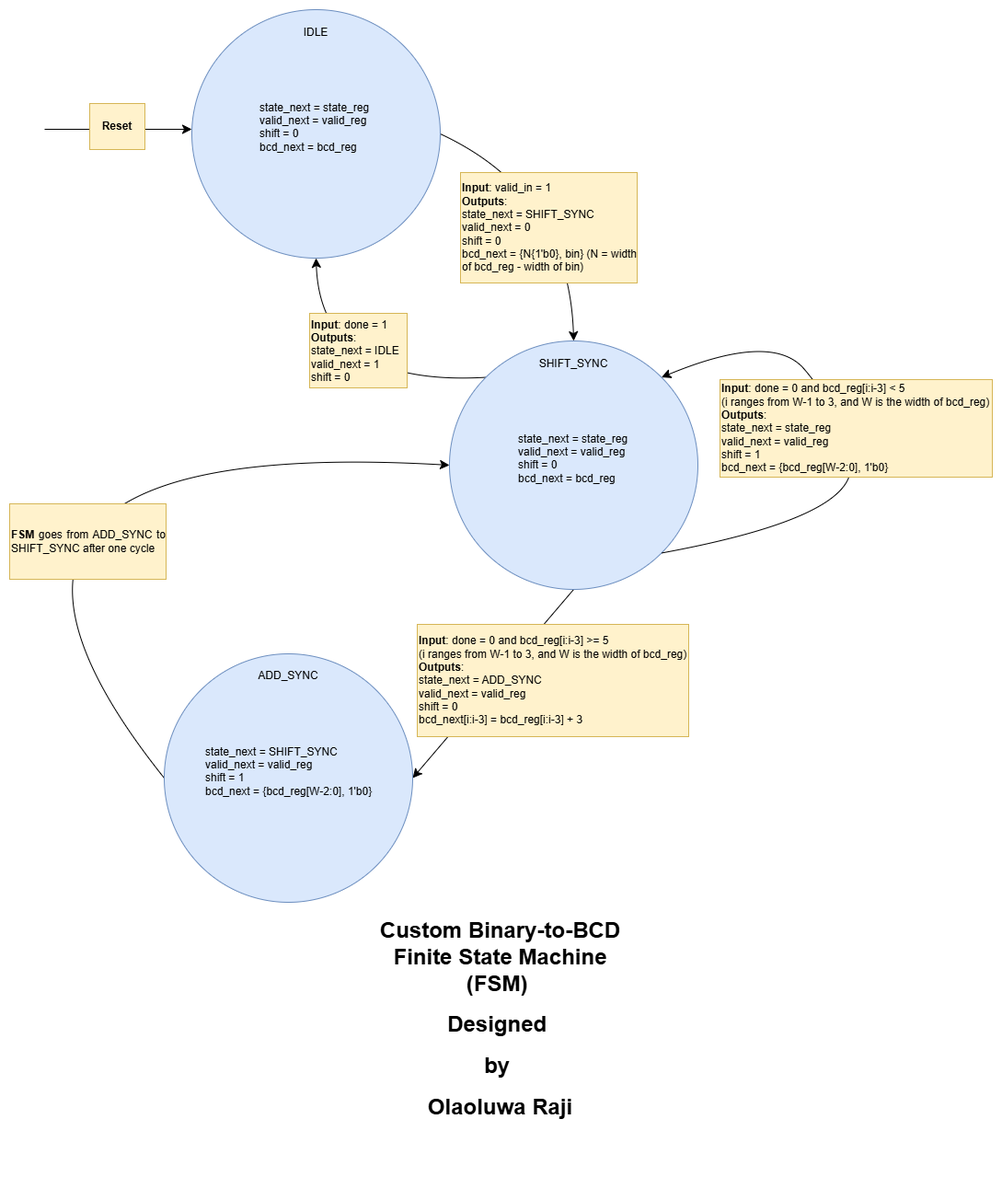
Above: Images/bin2bcd_fsm.png in MUDAL/RJX_FPGA_Projects (draw.io), before the change. Source tidied: cells renumbered, new cells last; positions are measured from the earlier drawing's top-left corner, leaving out a move shared by most shapes.
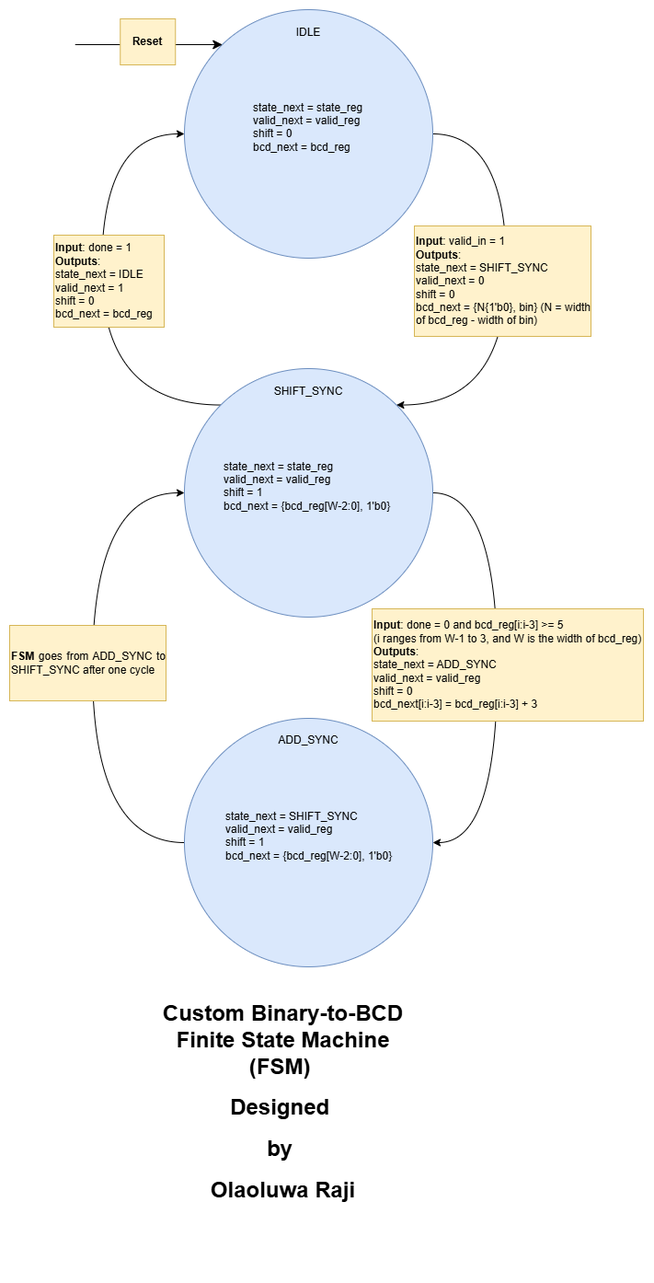
After the change.

Commit message:
[RJX]: Updated bin2bcd FSM state diagram

Change to the diagram source:
```diff
@@ -2,92 +2,88 @@
   <root>
     <mxCell id="0" />
     <mxCell id="1" parent="0" />
-    <mxCell id="2" style="edgeStyle=none;curved=1;rounded=0;jettySize=auto;html=1;exitX=1;exitY=0.5;exitDx=0;exitDy=0;entryX=0.5;entryY=0;entryDx=0;entryDy=0;fontSize=12;startSize=8;endSize=8;" parent="1" edge="1" source="3" target="6">
+    <mxCell id="2" style="edgeStyle=orthogonalEdgeStyle;rounded=0;jettySize=auto;html=1;exitX=1;exitY=0.5;exitDx=0;exitDy=0;entryX=1;entryY=0;entryDx=0;entryDy=0;curved=1;" parent="1" edge="1" source="3" target="6">
       <mxGeometry relative="1" as="geometry">
         <Array as="points">
-          <mxPoint x="740" y="200" />
+          <mxPoint x="960" y="105" />
+          <mxPoint x="960" y="399" />
         </Array>
       </mxGeometry>
     </mxCell>
     <mxCell id="3" style="ellipse;whiteSpace=wrap;html=1;fillColor=#dae8fc;strokeColor=#6c8ebf;" parent="1" vertex="1">
-      <mxGeometry x="330" width="270" height="270" as="geometry" />
+      <mxGeometry x="610" y="-30" width="270" height="270" as="geometry" />
     </mxCell>
+    <mxCell id="5" style="edgeStyle=orthogonalEdgeStyle;rounded=0;jettySize=auto;html=1;exitX=1;exitY=0.5;exitDx=0;exitDy=0;entryX=1;entryY=0.5;entryDx=0;entryDy=0;curved=1;" parent="1" edge="1" source="6" target="8">
+      <mxGeometry relative="1" as="geometry">
+        <Array as="points">
+          <mxPoint x="950" y="495" />
+          <mxPoint x="950" y="875" />
+        </Array>
+      </mxGeometry>
+    </mxCell>
-    <mxCell id="4" style="edgeStyle=none;curved=1;rounded=0;jettySize=auto;html=1;exitX=0;exitY=0;exitDx=0;exitDy=0;entryX=0.5;entryY=1;entryDx=0;entryDy=0;fontSize=12;startSize=8;endSize=8;" parent="1" edge="1" source="6" target="3">
+    <mxCell id="4" style="edgeStyle=orthogonalEdgeStyle;rounded=0;jettySize=auto;html=1;exitX=0;exitY=0;exitDx=0;exitDy=0;entryX=0;entryY=0.5;entryDx=0;entryDy=0;curved=1;" parent="1" edge="1" source="6" target="3">
       <mxGeometry relative="1" as="geometry">
         <Array as="points">
-          <mxPoint x="470" y="410" />
+          <mxPoint x="520" y="399" />
+          <mxPoint x="520" y="105" />
         </Array>
       </mxGeometry>
     </mxCell>
-    <mxCell id="5" style="edgeStyle=none;curved=1;rounded=0;jettySize=auto;html=1;exitX=0.5;exitY=1;exitDx=0;exitDy=0;entryX=1;entryY=0.5;entryDx=0;entryDy=0;fontSize=12;startSize=8;endSize=8;" parent="1" edge="1" source="6" target="8">
-      <mxGeometry relative="1" as="geometry" />
-    </mxCell>
     <mxCell id="6" style="ellipse;whiteSpace=wrap;html=1;fillColor=#dae8fc;strokeColor=#6c8ebf;" parent="1" vertex="1">
       <mxGeometry x="610" y="360" width="270" height="270" as="geometry" />
     </mxCell>
-    <mxCell id="7" style="edgeStyle=none;curved=1;rounded=0;jettySize=auto;html=1;exitX=0;exitY=0.5;exitDx=0;exitDy=0;entryX=0;entryY=0.5;entryDx=0;entryDy=0;fontSize=12;startSize=8;endSize=8;" parent="1" edge="1" source="8" target="6">
+    <mxCell id="7" style="edgeStyle=orthogonalEdgeStyle;rounded=0;jettySize=auto;html=1;exitX=0;exitY=0.5;exitDx=0;exitDy=0;entryX=0;entryY=0.5;entryDx=0;entryDy=0;curved=1;" parent="1" edge="1" source="8" target="6">
       <mxGeometry relative="1" as="geometry">
         <Array as="points">
-          <mxPoint y="460" />
+          <mxPoint x="510" y="875" />
+          <mxPoint x="510" y="495" />
         </Array>
       </mxGeometry>
     </mxCell>
     <mxCell id="8" style="ellipse;whiteSpace=wrap;html=1;fillColor=#dae8fc;strokeColor=#6c8ebf;" parent="1" vertex="1">
-      <mxGeometry x="300" y="700" width="270" height="270" as="geometry" />
+      <mxGeometry x="610" y="740" width="270" height="270" as="geometry" />
     </mxCell>
     <mxCell id="9" value="IDLE" style="text;html=1;whiteSpace=wrap;strokeColor=none;fillColor=none;align=center;verticalAlign=middle;rounded=0;" parent="1" vertex="1">
-      <mxGeometry x="435" y="10" width="60" height="30" as="geometry" />
+      <mxGeometry x="715" y="-20" width="60" height="30" as="geometry" />
     </mxCell>
     <mxCell id="10" value="SHIFT_SYNC" style="text;html=1;whiteSpace=wrap;strokeColor=none;fillColor=none;align=center;verticalAlign=middle;rounded=0;" parent="1" vertex="1">
       <mxGeometry x="715" y="370" width="60" height="30" as="geometry" />
     </mxCell>
     <mxCell id="11" value="ADD_SYNC" style="text;html=1;whiteSpace=wrap;strokeColor=none;fillColor=none;align=center;verticalAlign=middle;rounded=0;" parent="1" vertex="1">
-      <mxGeometry x="405" y="709" width="60" height="30" as="geometry" />
+      <mxGeometry x="715" y="749" width="60" height="30" as="geometry" />
     </mxCell>
     <mxCell id="12" value="&lt;div style=&quot;text-align: justify;&quot;&gt;&lt;span style=&quot;background-color: transparent; color: light-dark(rgb(0, 0, 0), rgb(255, 255, 255));&quot;&gt;&lt;b&gt;Input&lt;/b&gt;: valid_in = 1&lt;/span&gt;&lt;/div&gt;&lt;div style=&quot;text-align: justify;&quot;&gt;&lt;b&gt;Outputs&lt;/b&gt;:&amp;nbsp;&lt;/div&gt;&lt;div style=&quot;text-align: justify;&quot;&gt;&lt;span style=&quot;background-color: transparent; color: light-dark(rgb(0, 0, 0), rgb(255, 255, 255));&quot;&gt;state_next = SHIFT_SYNC&lt;/span&gt;&lt;/div&gt;&lt;div style=&quot;text-align: justify;&quot;&gt;&lt;span style=&quot;background-color: transparent; color: light-dark(rgb(0, 0, 0), rgb(255, 255, 255));&quot;&gt;valid_next = 0&lt;/span&gt;&lt;/div&gt;&lt;div style=&quot;text-align: justify;&quot;&gt;&lt;span style=&quot;background-color: transparent; color: light-dark(rgb(0, 0, 0), rgb(255, 255, 255));&quot;&gt;shift = 0&lt;/span&gt;&lt;/div&gt;&lt;div style=&quot;text-align: justify;&quot;&gt;bcd_next = {N{1'b0}, bin} (N = width of bcd_reg - width of bin)&lt;/div&gt;" style="text;html=1;whiteSpace=wrap;strokeColor=#d6b656;fillColor=#fff2cc;align=left;verticalAlign=middle;rounded=0;" parent="1" vertex="1">
-      <mxGeometry x="622" y="177" width="192" height="120" as="geometry" />
+      <mxGeometry x="860" y="205" width="192" height="120" as="geometry" />
     </mxCell>
     <mxCell id="13" value="&lt;div&gt;state_next = state_reg&lt;/div&gt;valid_next = valid_reg&lt;div&gt;&lt;div style=&quot;text-align: justify;&quot;&gt;&lt;span style=&quot;background-color: transparent; color: light-dark(rgb(0, 0, 0), rgb(255, 255, 255));&quot;&gt;shift = 0&lt;/span&gt;&lt;/div&gt;&lt;div style=&quot;text-align: justify;&quot;&gt;&lt;span style=&quot;background-color: transparent; color: light-dark(rgb(0, 0, 0), rgb(255, 255, 255));&quot;&gt;bcd_next = bcd_reg&lt;/span&gt;&lt;/div&gt;&lt;div&gt;&lt;br&gt;&lt;/div&gt;&lt;/div&gt;" style="text;html=1;whiteSpace=wrap;strokeColor=none;fillColor=none;align=left;verticalAlign=middle;rounded=0;" parent="1" vertex="1">
-      <mxGeometry x="402.5" y="120" width="125" height="30" as="geometry" />
+      <mxGeometry x="682.5" y="90" width="125" height="30" as="geometry" />
     </mxCell>
-    <mxCell id="14" value="&lt;div style=&quot;text-align: justify;&quot;&gt;&lt;span style=&quot;background-color: transparent; color: light-dark(rgb(0, 0, 0), rgb(255, 255, 255));&quot;&gt;&lt;b&gt;Input&lt;/b&gt;: done = 1&lt;/span&gt;&lt;/div&gt;&lt;div style=&quot;text-align: justify;&quot;&gt;&lt;b&gt;Outputs&lt;/b&gt;:&amp;nbsp;&lt;/div&gt;&lt;div style=&quot;text-align: justify;&quot;&gt;&lt;span style=&quot;background-color: transparent; color: light-dark(rgb(0, 0, 0), rgb(255, 255, 255));&quot;&gt;state_next = IDLE&lt;/span&gt;&lt;/div&gt;&lt;div style=&quot;text-align: justify;&quot;&gt;&lt;span style=&quot;background-color: transparent; color: light-dark(rgb(0, 0, 0), rgb(255, 255, 255));&quot;&gt;valid_next = 1&lt;/span&gt;&lt;/div&gt;&lt;div style=&quot;text-align: justify;&quot;&gt;&lt;span style=&quot;background-color: transparent; color: light-dark(rgb(0, 0, 0), rgb(255, 255, 255));&quot;&gt;shift = 0&lt;/span&gt;&lt;/div&gt;" style="text;html=1;whiteSpace=wrap;strokeColor=#d6b656;fillColor=#fff2cc;align=left;verticalAlign=middle;rounded=0;" parent="1" vertex="1">
-      <mxGeometry x="458" y="330" width="106" height="81" as="geometry" />
+    <mxCell id="14" value="&lt;div style=&quot;text-align: justify;&quot;&gt;&lt;span style=&quot;background-color: transparent; color: light-dark(rgb(0, 0, 0), rgb(255, 255, 255));&quot;&gt;&lt;b&gt;Input&lt;/b&gt;: done = 1&lt;/span&gt;&lt;/div&gt;&lt;div style=&quot;text-align: justify;&quot;&gt;&lt;b&gt;Outputs&lt;/b&gt;:&amp;nbsp;&lt;/div&gt;&lt;div style=&quot;text-align: justify;&quot;&gt;&lt;span style=&quot;background-color: transparent; color: light-dark(rgb(0, 0, 0), rgb(255, 255, 255));&quot;&gt;state_next = IDLE&lt;/span&gt;&lt;/div&gt;&lt;div style=&quot;text-align: justify;&quot;&gt;&lt;span style=&quot;background-color: transparent; color: light-dark(rgb(0, 0, 0), rgb(255, 255, 255));&quot;&gt;valid_next = 1&lt;/span&gt;&lt;/div&gt;&lt;div style=&quot;text-align: justify;&quot;&gt;&lt;span style=&quot;background-color: transparent; color: light-dark(rgb(0, 0, 0), rgb(255, 255, 255));&quot;&gt;shift = 0&lt;/span&gt;&lt;/div&gt;&lt;div style=&quot;text-align: justify;&quot;&gt;&lt;span style=&quot;background-color: transparent; color: light-dark(rgb(0, 0, 0), rgb(255, 255, 255));&quot;&gt;bcd_next = bcd_reg&lt;/span&gt;&lt;/div&gt;" style="text;html=1;whiteSpace=wrap;strokeColor=#d6b656;fillColor=#fff2cc;align=left;verticalAlign=middle;rounded=0;" parent="1" vertex="1">
+      <mxGeometry x="468" y="215" width="120" height="100" as="geometry" />
     </mxCell>
     <mxCell id="15" value="&lt;div style=&quot;text-align: justify;&quot;&gt;&lt;span style=&quot;background-color: transparent; color: light-dark(rgb(0, 0, 0), rgb(255, 255, 255));&quot;&gt;&lt;b&gt;Input&lt;/b&gt;: done = 0 and bcd_reg[i:i-3] &amp;gt;= 5&amp;nbsp;&lt;/span&gt;&lt;/div&gt;&lt;div style=&quot;text-align: justify;&quot;&gt;&lt;span style=&quot;background-color: transparent; color: light-dark(rgb(0, 0, 0), rgb(255, 255, 255));&quot;&gt;(i ranges from W-1 to 3, and W is the width of bcd_reg)&lt;/span&gt;&lt;/div&gt;&lt;div style=&quot;text-align: justify;&quot;&gt;&lt;b&gt;Outputs&lt;/b&gt;:&amp;nbsp;&lt;/div&gt;&lt;div style=&quot;text-align: justify;&quot;&gt;&lt;span style=&quot;background-color: transparent; color: light-dark(rgb(0, 0, 0), rgb(255, 255, 255));&quot;&gt;state_next = ADD_SYNC&lt;/span&gt;&lt;/div&gt;&lt;div style=&quot;text-align: justify;&quot;&gt;&lt;span style=&quot;background-color: transparent; color: light-dark(rgb(0, 0, 0), rgb(255, 255, 255));&quot;&gt;valid_next = valid_reg&lt;/span&gt;&lt;/div&gt;&lt;div style=&quot;text-align: justify;&quot;&gt;&lt;span style=&quot;background-color: transparent; color: light-dark(rgb(0, 0, 0), rgb(255, 255, 255));&quot;&gt;shift = 0&lt;/span&gt;&lt;/div&gt;&lt;div style=&quot;text-align: justify;&quot;&gt;&lt;span style=&quot;background-color: transparent; color: light-dark(rgb(0, 0, 0), rgb(255, 255, 255));&quot;&gt;bcd_next[i:i-3] = bcd_reg[i:i-3] + 3&lt;/span&gt;&lt;/div&gt;" style="text;html=1;whiteSpace=wrap;strokeColor=#d6b656;fillColor=#fff2cc;align=left;verticalAlign=middle;rounded=0;" parent="1" vertex="1">
-      <mxGeometry x="575" y="668" width="295" height="122" as="geometry" />
+      <mxGeometry x="814" y="621" width="295" height="122" as="geometry" />
     </mxCell>
-    <mxCell id="16" style="edgeStyle=none;curved=1;rounded=0;orthogonalLoop=1;jettySize=auto;html=1;exitX=1;exitY=1;exitDx=0;exitDy=0;entryX=1;entryY=0;entryDx=0;entryDy=0;fontSize=12;startSize=8;endSize=8;" parent="1" edge="1" source="6" target="6">
-      <mxGeometry relative="1" as="geometry">
-        <Array as="points">
-          <mxPoint x="1060" y="550" />
-          <mxPoint x="1030" y="430" />
-          <mxPoint x="960" y="350" />
-        </Array>
-      </mxGeometry>
-    </mxCell>
-    <mxCell id="17" value="&lt;div style=&quot;text-align: justify;&quot;&gt;&lt;span style=&quot;background-color: transparent; color: light-dark(rgb(0, 0, 0), rgb(255, 255, 255));&quot;&gt;&lt;b&gt;Input&lt;/b&gt;: done = 0 and bcd_reg[i:i-3] &amp;lt; 5&lt;/span&gt;&lt;/div&gt;&lt;div style=&quot;text-align: justify;&quot;&gt;(i ranges from W-1 to 3, and W is the width of bcd_reg)&lt;span style=&quot;background-color: transparent; color: light-dark(rgb(0, 0, 0), rgb(255, 255, 255));&quot;&gt;&lt;/span&gt;&lt;/div&gt;&lt;div style=&quot;text-align: justify;&quot;&gt;&lt;b&gt;Outputs&lt;/b&gt;:&amp;nbsp;&lt;/div&gt;&lt;div style=&quot;text-align: justify;&quot;&gt;state_next = state_reg&lt;/div&gt;&lt;div style=&quot;text-align: justify;&quot;&gt;valid_next = valid_reg&lt;/div&gt;&lt;div style=&quot;text-align: justify;&quot;&gt;shift = 1&lt;/div&gt;&lt;div style=&quot;text-align: justify;&quot;&gt;bcd_next = {bcd_reg[W-2:0], 1'b0}&lt;/div&gt;" style="text;html=1;whiteSpace=wrap;strokeColor=#d6b656;fillColor=#fff2cc;align=left;verticalAlign=middle;rounded=0;" parent="1" vertex="1">
-      <mxGeometry x="904" y="402" width="296" height="106" as="geometry" />
-    </mxCell>
     <mxCell id="18" value="&lt;div&gt;state_next = SHIFT_SYNC&lt;/div&gt;valid_next = valid_reg&lt;div&gt;&lt;div style=&quot;text-align: justify;&quot;&gt;&lt;span style=&quot;background-color: transparent; color: light-dark(rgb(0, 0, 0), rgb(255, 255, 255));&quot;&gt;shift = 1&lt;/span&gt;&lt;/div&gt;&lt;div style=&quot;text-align: justify;&quot;&gt;bcd_next = {bcd_reg[W-2:0], 1'b0}&lt;span style=&quot;background-color: transparent; color: light-dark(rgb(0, 0, 0), rgb(255, 255, 255));&quot;&gt;&lt;/span&gt;&lt;/div&gt;&lt;div&gt;&lt;br&gt;&lt;/div&gt;&lt;/div&gt;" style="text;html=1;whiteSpace=wrap;strokeColor=none;fillColor=none;align=left;verticalAlign=middle;rounded=0;" parent="1" vertex="1">
-      <mxGeometry x="343.1" y="820" width="183.8" height="30" as="geometry" />
+      <mxGeometry x="653.1" y="860" width="183.8" height="30" as="geometry" />
     </mxCell>
-    <mxCell id="19" value="&lt;div&gt;state_next = state_reg&lt;/div&gt;valid_next = valid_reg&lt;div&gt;&lt;div style=&quot;text-align: justify;&quot;&gt;&lt;span style=&quot;background-color: transparent; color: light-dark(rgb(0, 0, 0), rgb(255, 255, 255));&quot;&gt;shift = 0&lt;/span&gt;&lt;/div&gt;&lt;div style=&quot;text-align: justify;&quot;&gt;bcd_next = bcd_reg&lt;span style=&quot;background-color: transparent; color: light-dark(rgb(0, 0, 0), rgb(255, 255, 255));&quot;&gt;&lt;/span&gt;&lt;/div&gt;&lt;div&gt;&lt;br&gt;&lt;/div&gt;&lt;/div&gt;" style="text;html=1;whiteSpace=wrap;strokeColor=none;fillColor=none;align=left;verticalAlign=middle;rounded=0;" parent="1" vertex="1">
-      <mxGeometry x="682.5" y="480" width="125" height="30" as="geometry" />
+    <mxCell id="19" value="&lt;div&gt;state_next = state_reg&lt;/div&gt;valid_next = valid_reg&lt;div&gt;&lt;div style=&quot;text-align: justify;&quot;&gt;&lt;span style=&quot;background-color: transparent; color: light-dark(rgb(0, 0, 0), rgb(255, 255, 255));&quot;&gt;shift = 1&lt;/span&gt;&lt;/div&gt;&lt;div style=&quot;text-align: justify;&quot;&gt;bcd_next = {bcd_reg[W-2:0], 1'b0}&lt;/div&gt;&lt;div&gt;&lt;br&gt;&lt;/div&gt;&lt;/div&gt;" style="text;html=1;whiteSpace=wrap;strokeColor=none;fillColor=none;align=left;verticalAlign=middle;rounded=0;" parent="1" vertex="1">
+      <mxGeometry x="651.2" y="480" width="187.5" height="30" as="geometry" />
     </mxCell>
     <mxCell id="20" value="&lt;div style=&quot;text-align: justify;&quot;&gt;&lt;b&gt;FSM &lt;/b&gt;goes from ADD_SYNC to SHIFT_SYNC after one cycle&lt;/div&gt;" style="text;html=1;whiteSpace=wrap;strokeColor=#d6b656;fillColor=#fff2cc;align=left;verticalAlign=middle;rounded=0;" parent="1" vertex="1">
-      <mxGeometry x="132" y="537" width="170" height="82" as="geometry" />
+      <mxGeometry x="420" y="639" width="170" height="82" as="geometry" />
     </mxCell>
     <mxCell id="21" style="endArrow=classic;html=1;rounded=0;fontSize=12;startSize=8;endSize=8;curved=0;" parent="1" edge="1">
       <mxGeometry relative="1" as="geometry">
-        <mxPoint x="170" y="130" as="sourcePoint" />
-        <mxPoint x="330" y="130" as="targetPoint" />
+        <mxPoint x="491.2" y="8" as="sourcePoint" />
+        <mxPoint x="651.2" y="8" as="targetPoint" />
       </mxGeometry>
     </mxCell>
     <mxCell id="22" value="&lt;div style=&quot;&quot;&gt;&lt;b&gt;Reset&lt;/b&gt;&lt;/div&gt;" style="text;html=1;whiteSpace=wrap;strokeColor=#d6b656;fillColor=#fff2cc;align=center;verticalAlign=middle;rounded=0;" parent="1" vertex="1">
-      <mxGeometry x="219" y="102" width="60" height="50" as="geometry" />
+      <mxGeometry x="540.2" y="-20" width="60" height="50" as="geometry" />
     </mxCell>
     <mxCell id="23" value="&lt;h1 style=&quot;margin-top: 0px;&quot;&gt;Custom Binary-to-BCD Finite State Machine (FSM)&amp;nbsp;&lt;/h1&gt;&lt;h1 style=&quot;margin-top: 0px;&quot;&gt;Designed&amp;nbsp;&lt;/h1&gt;&lt;h1 style=&quot;margin-top: 0px;&quot;&gt;by&amp;nbsp;&lt;/h1&gt;&lt;h1 style=&quot;margin-top: 0px;&quot;&gt;Olaoluwa Raji&lt;/h1&gt;" style="text;html=1;whiteSpace=wrap;overflow=hidden;rounded=0;align=center;" parent="1" vertex="1">
-      <mxGeometry x="524.4" y="980" width="283.1" height="300" as="geometry" />
+      <mxGeometry x="576.4" y="1040" width="283.1" height="300" as="geometry" />
     </mxCell>
   </root>
 </mxGraphModel>
```
